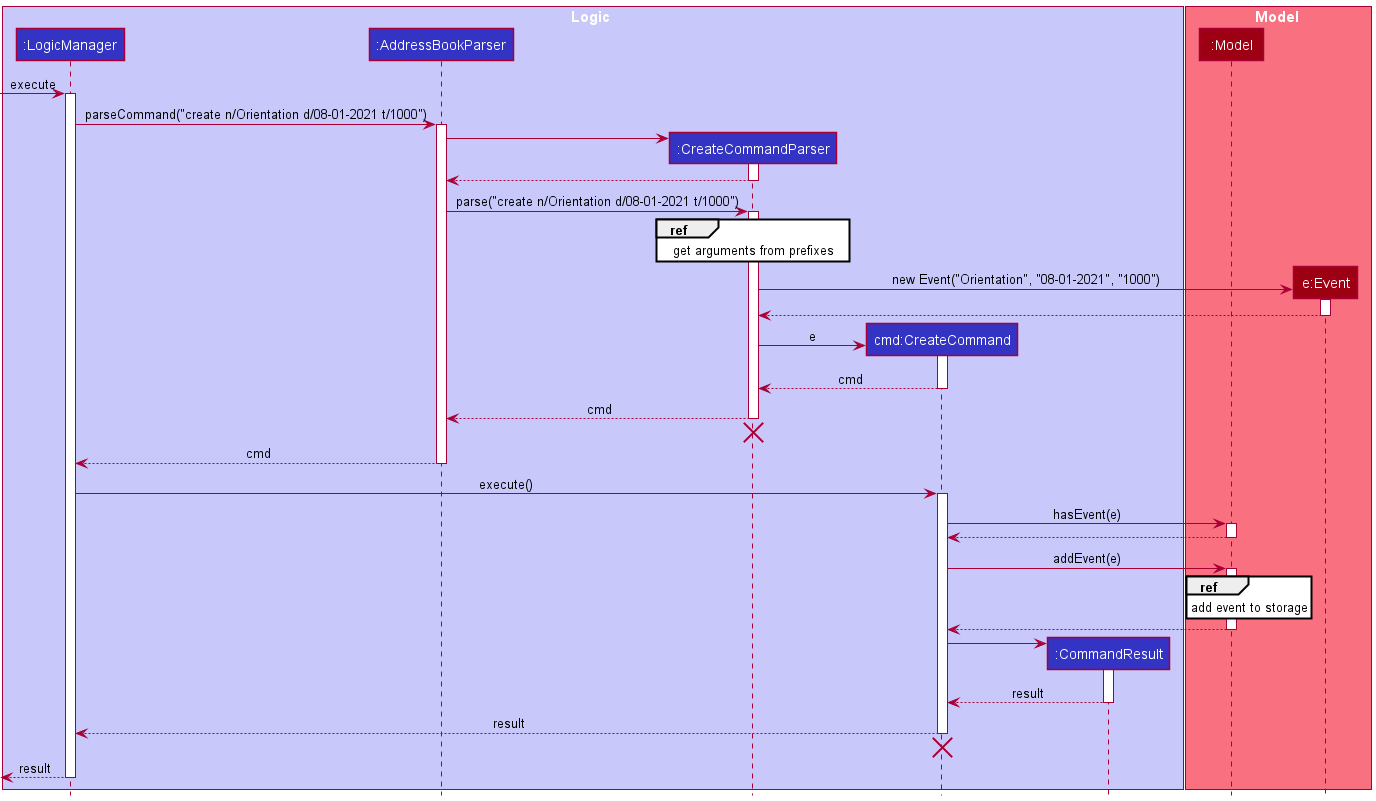
The PlantUML diagram docs/images/CreateSequenceDiagram.png in wowsiddanth/tp, before a commit.
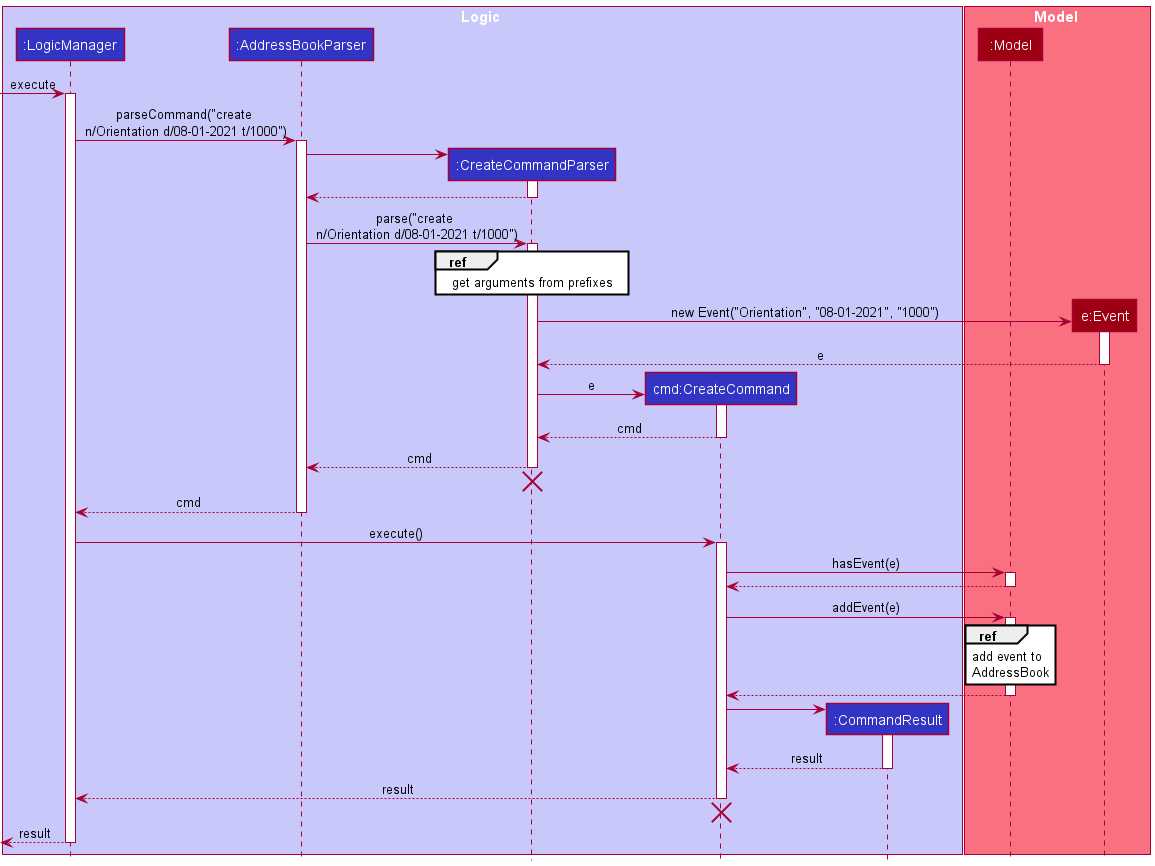
The same diagram one commit later.

Diff of the diagram source:
```diff
@@ -17,7 +17,7 @@
 [->LogicManager: execute
 activate LogicManager
 
-LogicManager -> AddressBookParser : parseCommand("create n/Orientation d/08-01-2021 t/1000")
+LogicManager -> AddressBookParser : parseCommand("create \nn/Orientation d/08-01-2021 t/1000")
 activate AddressBookParser
 
 create CreateCommandParser
@@ -27,7 +27,7 @@
 CreateCommandParser --> AddressBookParser
 deactivate CreateCommandParser
 
-AddressBookParser -> CreateCommandParser : parse("create n/Orientation d/08-01-2021 t/1000")
+AddressBookParser -> CreateCommandParser : parse("create \nn/Orientation d/08-01-2021 t/1000")
 activate CreateCommandParser
 
 ref over CreateCommandParser
@@ -38,7 +38,7 @@
 CreateCommandParser -> Event: new Event("Orientation", "08-01-2021", "1000")
 activate Event
 
-Event --> CreateCommandParser
+Event --> CreateCommandParser : e
 deactivate Event
 
 create CreateCommand
@@ -67,7 +67,8 @@
 
 CreateCommand -> Model : addEvent(e)
 ref over Model
-add event to storage
+add event to
+AddressBook
 end ref
 activate Model
 
```
